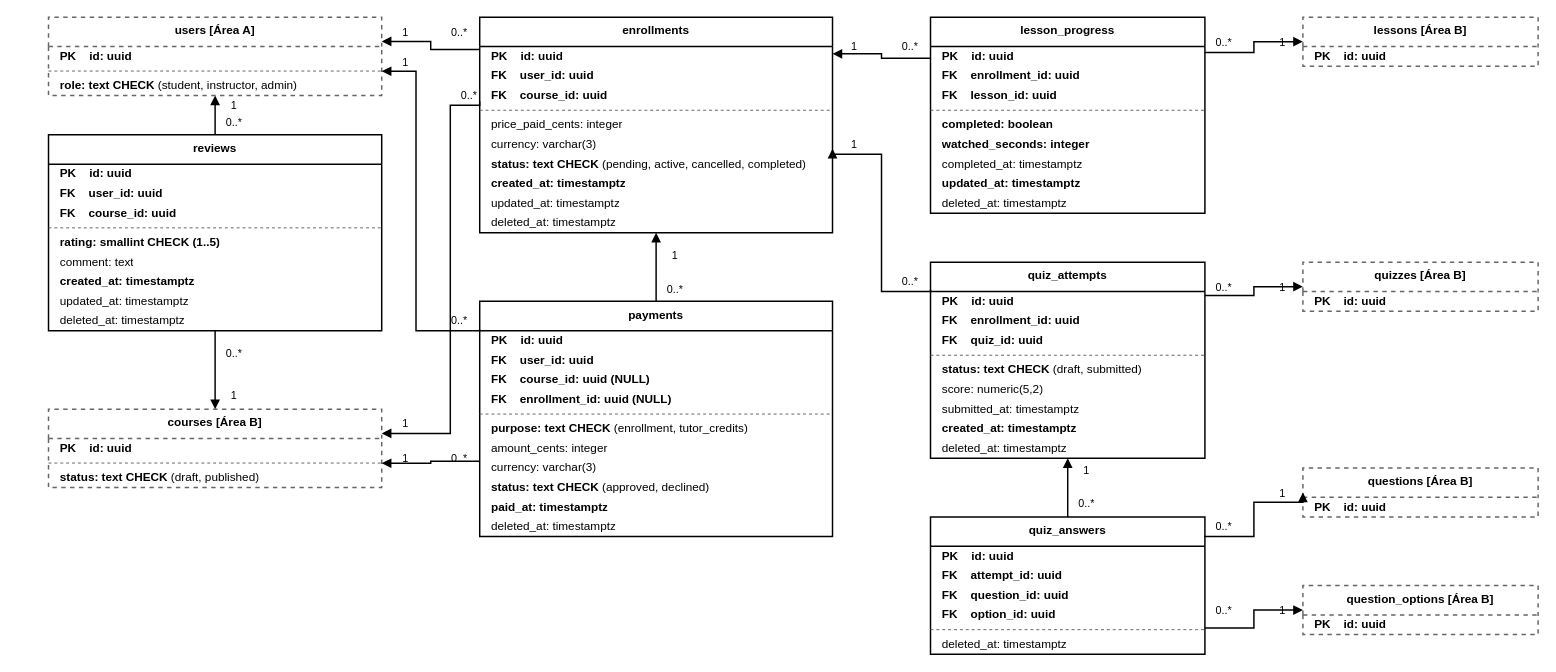
The draw.io diagram especificacao/diagramas/12-modelo-de-dados-area-c.drawio in Plataforma-de-Cursos-TCC/plataforma-cursos-docs, before the edit. Source tidied: cells renumbered, new cells numbered last; positions are measured from the earlier drawing's top-left corner, leaving out a move shared by most shapes. Both pictures are drawn from the tidied source at 98%, with x=0, y=0 at pixel (48, 17).
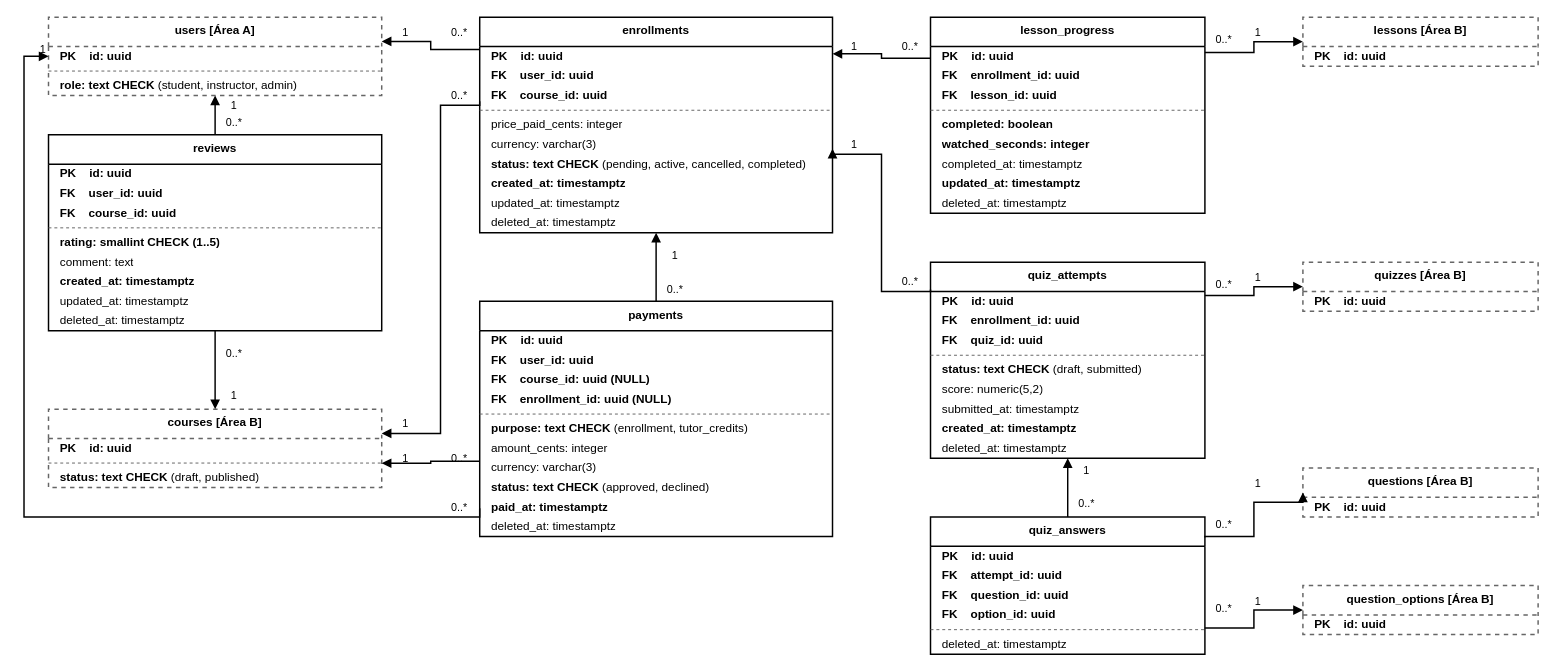
The same diagram, later.

Commit message (it also covers changes not shown here):
docs(area-c): reroute payments relationship and reposition multiplicity labels in item 12

Reroute the payments to users relationship through the outer left margin
to completely eliminate edge crossings with enrollments to courses. Also
reposition the multiplicity 1 labels away from arrowheads and table
boundaries on lessons, quizzes, questions, and question_options.

(cherry picked from commit ee582cd3a30fd0c423aef4b7651b311be1555f0d)

The change refers to these unchanged cells:
```xml
<mxCell id="2" value="users [Área A]" style="swimlane;fontStyle=1;align=center;verticalAlign=top;horizontal=1;startSize=30;whiteSpace=wrap;html=1;fillColor=#FFFFFF;strokeColor=#666666;strokeWidth=1.5;strokeFactor=1;dashed=1;fontFamily=Helvetica;fontSize=12;" parent="1" vertex="1">
  <mxGeometry width="340" height="80" as="geometry" />
</mxCell>
<mxCell id="16" value="courses [Área B]" style="swimlane;fontStyle=1;align=center;verticalAlign=top;horizontal=1;startSize=30;whiteSpace=wrap;html=1;fillColor=#FFFFFF;strokeColor=#666666;strokeWidth=1.5;strokeFactor=1;dashed=1;fontFamily=Helvetica;fontSize=12;" parent="1" vertex="1">
  <mxGeometry y="400" width="340" height="80" as="geometry" />
</mxCell>
<mxCell id="20" value="enrollments" style="swimlane;fontStyle=1;align=center;verticalAlign=top;horizontal=1;startSize=30;whiteSpace=wrap;html=1;fillColor=#FFFFFF;strokeColor=#000000;strokeWidth=1.5;fontFamily=Helvetica;fontSize=12;" parent="1" vertex="1">
  <mxGeometry x="440" width="360" height="220" as="geometry" />
</mxCell>
<mxCell id="31" value="payments" style="swimlane;fontStyle=1;align=center;verticalAlign=top;horizontal=1;startSize=30;whiteSpace=wrap;html=1;fillColor=#FFFFFF;strokeColor=#000000;strokeWidth=1.5;fontFamily=Helvetica;fontSize=12;" parent="1" vertex="1">
  <mxGeometry x="440" y="290" width="360" height="240" as="geometry" />
</mxCell>
```

What changed in the source:
```diff
@@
-    <mxCell id="87" style="edgeStyle=orthogonalEdgeStyle;rounded=0;jettySize=auto;html=1;strokeColor=#000000;strokeWidth=1.5;endArrow=block;endFill=1;exitX=0;exitY=0.12;exitPerimeter=0;entryX=1;entryY=0.69;entryPerimeter=0;" parent="1" edge="1" source="31" target="2">
+    <mxCell id="87" style="edgeStyle=orthogonalEdgeStyle;rounded=0;jettySize=auto;html=1;strokeColor=#000000;strokeWidth=1.5;endArrow=block;endFill=1;exitX=0;exitY=0.88;exitPerimeter=0;entryX=0;entryY=0.5;entryPerimeter=0;" parent="1" edge="1" source="31" target="2">
       <mxGeometry relative="1" as="geometry">
         <Array as="points">
-          <mxPoint x="375" y="320" />
-          <mxPoint x="375" y="55" />
+          <mxPoint x="-25" y="510" />
+          <mxPoint x="-25" y="40" />
         </Array>
       </mxGeometry>
     </mxCell>
     <mxCell id="88" value="0..*" style="text;html=1;align=center;verticalAlign=middle;strokeColor=none;fillColor=none;fontFamily=Helvetica;fontSize=11;fontColor=#000000;" parent="1" vertex="1">
-      <mxGeometry x="405" y="302" width="28" height="16" as="geometry" />
+      <mxGeometry x="405" y="492" width="28" height="16" as="geometry" />
     </mxCell>
     <mxCell id="89" value="1" style="text;html=1;align=center;verticalAlign=middle;strokeColor=none;fillColor=none;fontFamily=Helvetica;fontSize=11;fontColor=#000000;" parent="1" vertex="1">
-      <mxGeometry x="350" y="38" width="28" height="16" as="geometry" />
+      <mxGeometry x="-20" y="25" width="28" height="16" as="geometry" />
     </mxCell>
@@
     <mxCell id="93" style="edgeStyle=orthogonalEdgeStyle;rounded=0;jettySize=auto;html=1;strokeColor=#000000;strokeWidth=1.5;endArrow=block;endFill=1;exitX=0;exitY=0.39;exitPerimeter=0;entryX=1;entryY=0.31;entryPerimeter=0;" parent="1" edge="1" source="20" target="16">
       <mxGeometry relative="1" as="geometry">
         <Array as="points">
-          <mxPoint x="410" y="90" />
-          <mxPoint x="410" y="425" />
+          <mxPoint x="400" y="90" />
+          <mxPoint x="400" y="425" />
         </Array>
       </mxGeometry>
     </mxCell>
     <mxCell id="94" value="0..*" style="text;html=1;align=center;verticalAlign=middle;strokeColor=none;fillColor=none;fontFamily=Helvetica;fontSize=11;fontColor=#000000;" parent="1" vertex="1">
-      <mxGeometry x="415" y="72" width="28" height="16" as="geometry" />
+      <mxGeometry x="405" y="72" width="28" height="16" as="geometry" />
     </mxCell>
@@
     <mxCell id="109" value="0..*" style="text;html=1;align=center;verticalAlign=middle;strokeColor=none;fillColor=none;fontFamily=Helvetica;fontSize=11;fontColor=#000000;" parent="1" vertex="1">
-      <mxGeometry x="1185" y="18" width="28" height="16" as="geometry" />
+      <mxGeometry x="1185" y="15" width="28" height="16" as="geometry" />
     </mxCell>
     <mxCell id="110" value="1" style="text;html=1;align=center;verticalAlign=middle;strokeColor=none;fillColor=none;fontFamily=Helvetica;fontSize=11;fontColor=#000000;" parent="1" vertex="1">
-      <mxGeometry x="1245" y="18" width="28" height="16" as="geometry" />
+      <mxGeometry x="1220" y="8" width="28" height="16" as="geometry" />
     </mxCell>
@@
     <mxCell id="112" value="0..*" style="text;html=1;align=center;verticalAlign=middle;strokeColor=none;fillColor=none;fontFamily=Helvetica;fontSize=11;fontColor=#000000;" parent="1" vertex="1">
-      <mxGeometry x="1185" y="268" width="28" height="16" as="geometry" />
+      <mxGeometry x="1185" y="265" width="28" height="16" as="geometry" />
     </mxCell>
     <mxCell id="113" value="1" style="text;html=1;align=center;verticalAlign=middle;strokeColor=none;fillColor=none;fontFamily=Helvetica;fontSize=11;fontColor=#000000;" parent="1" vertex="1">
-      <mxGeometry x="1245" y="268" width="28" height="16" as="geometry" />
+      <mxGeometry x="1220" y="258" width="28" height="16" as="geometry" />
     </mxCell>
@@
     <mxCell id="115" value="0..*" style="text;html=1;align=center;verticalAlign=middle;strokeColor=none;fillColor=none;fontFamily=Helvetica;fontSize=11;fontColor=#000000;" parent="1" vertex="1">
-      <mxGeometry x="1185" y="512" width="28" height="16" as="geometry" />
+      <mxGeometry x="1185" y="510" width="28" height="16" as="geometry" />
     </mxCell>
     <mxCell id="116" value="1" style="text;html=1;align=center;verticalAlign=middle;strokeColor=none;fillColor=none;fontFamily=Helvetica;fontSize=11;fontColor=#000000;" parent="1" vertex="1">
-      <mxGeometry x="1245" y="478" width="28" height="16" as="geometry" />
+      <mxGeometry x="1220" y="468" width="28" height="16" as="geometry" />
     </mxCell>
@@
     <mxCell id="118" value="0..*" style="text;html=1;align=center;verticalAlign=middle;strokeColor=none;fillColor=none;fontFamily=Helvetica;fontSize=11;fontColor=#000000;" parent="1" vertex="1">
-      <mxGeometry x="1185" y="598" width="28" height="16" as="geometry" />
+      <mxGeometry x="1185" y="595" width="28" height="16" as="geometry" />
     </mxCell>
     <mxCell id="119" value="1" style="text;html=1;align=center;verticalAlign=middle;strokeColor=none;fillColor=none;fontFamily=Helvetica;fontSize=11;fontColor=#000000;" parent="1" vertex="1">
-      <mxGeometry x="1245" y="598" width="28" height="16" as="geometry" />
+      <mxGeometry x="1220" y="588" width="28" height="16" as="geometry" />
     </mxCell>
```
